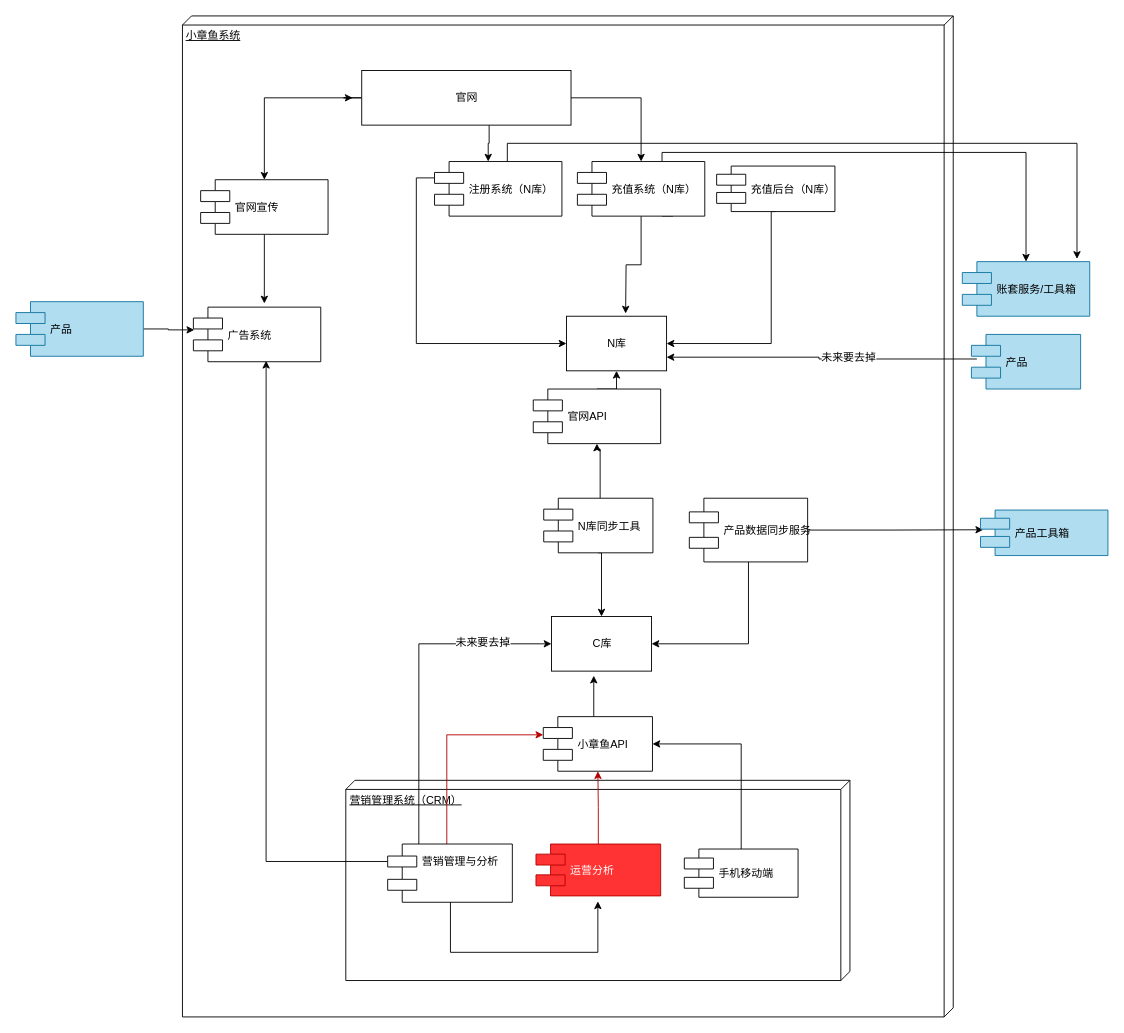
This is 小章鱼.drawio from mashifei/uml, a draw.io file, before an edit. Source tidied: cells renumbered, new cells numbered last; positions are measured from the earlier drawing's top-left corner, leaving out a move shared by most shapes. Both pictures are drawn from the tidied source at 91%, with x=0, y=0 at pixel (15, 15).
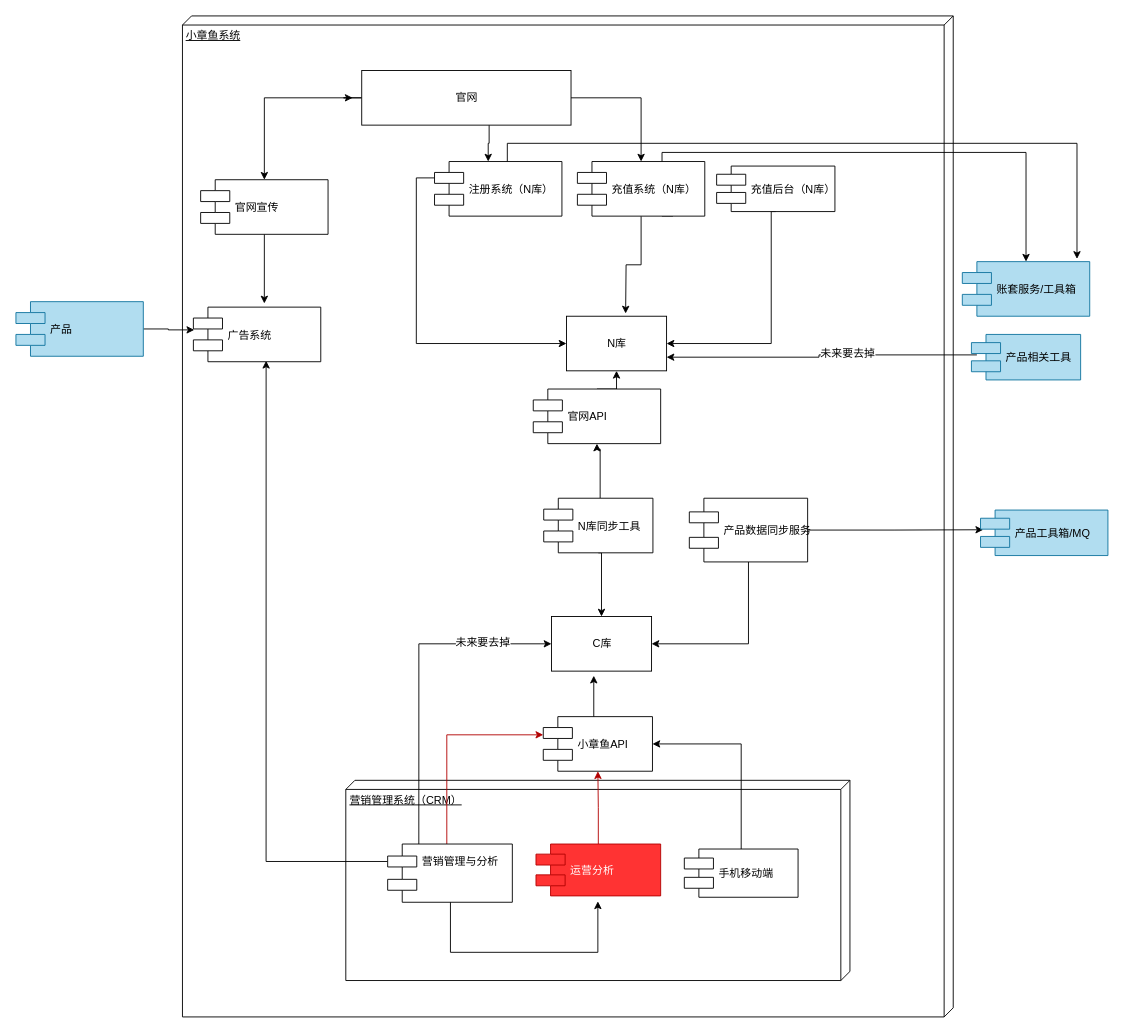
Above is the later version.

Diff of the diagram source:
```diff
@@
-    <mxCell id="44" value="产品" style="shape=component;align=left;spacingLeft=36;fillColor=#b1ddf0;strokeColor=#10739e;" parent="1" vertex="1">
-      <mxGeometry x="1050" y="350" width="120" height="60" as="geometry" />
+    <mxCell id="44" value="产品相关工具" style="shape=component;align=left;spacingLeft=36;fillColor=#b1ddf0;strokeColor=#10739e;" parent="1" vertex="1">
+      <mxGeometry x="1050" y="350" width="120" height="50" as="geometry" />
     </mxCell>
@@
-    <mxCell id="48" value="产品工具箱" style="shape=component;align=left;spacingLeft=36;fillColor=#b1ddf0;strokeColor=#10739e;" parent="1" vertex="1">
+    <mxCell id="48" value="产品工具箱/MQ" style="shape=component;align=left;spacingLeft=36;fillColor=#b1ddf0;strokeColor=#10739e;" parent="1" vertex="1">
       <mxGeometry x="1060" y="543" width="140" height="50" as="geometry" />
     </mxCell>
```
